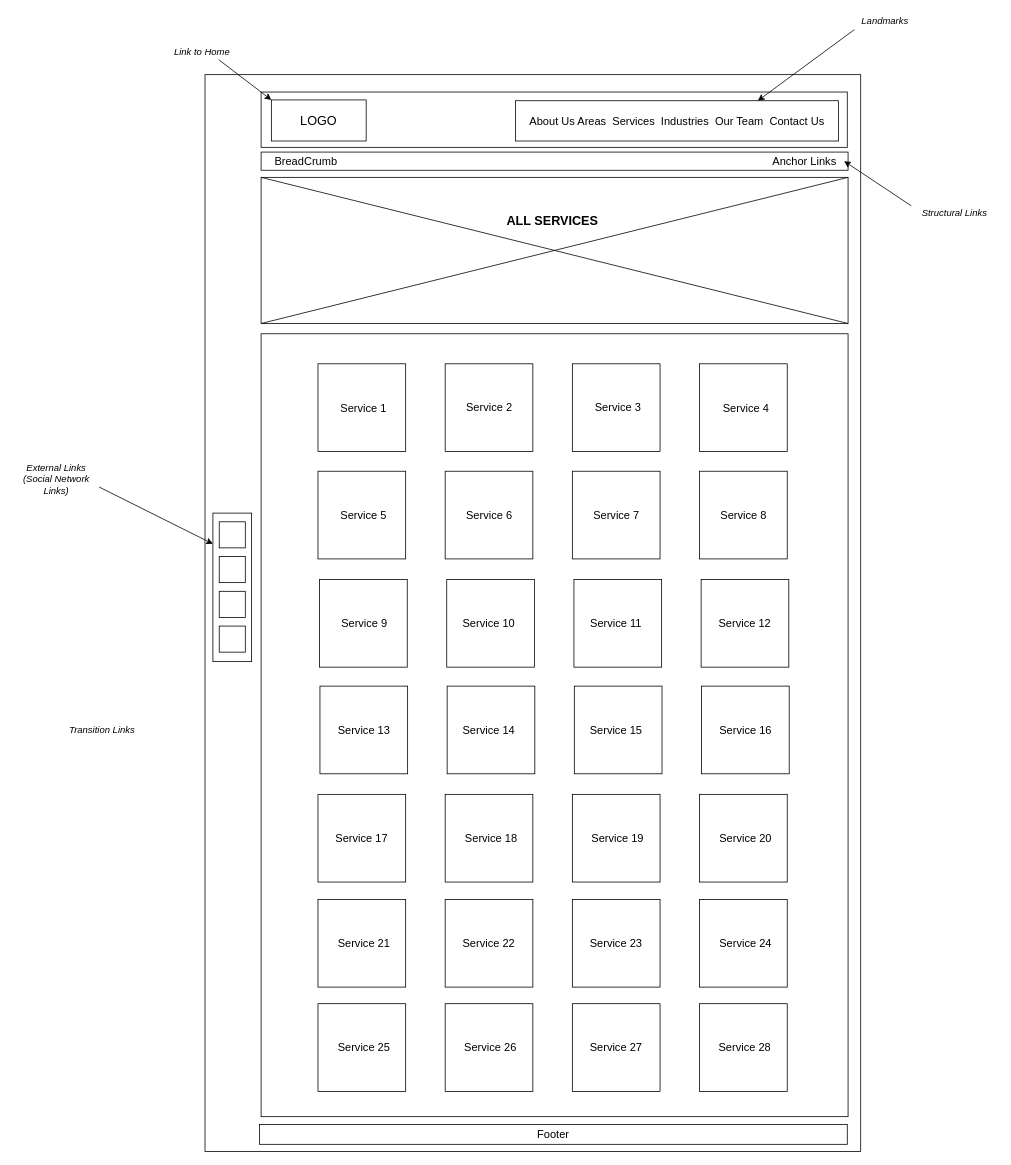
This is Design Documents/Frameworks/AllServices.drawio from manzomanze/HypermediaApplicationsProject-Manzella-Messuti-Pelagatti-Pellizzer, a draw.io file, before an edit. Source tidied: cells renumbered, new cells numbered last; positions are measured from the earlier drawing's top-left corner, leaving out a move shared by most shapes. Both pictures are drawn from the tidied source at 79%, with x=0, y=0 at pixel (13, 13).
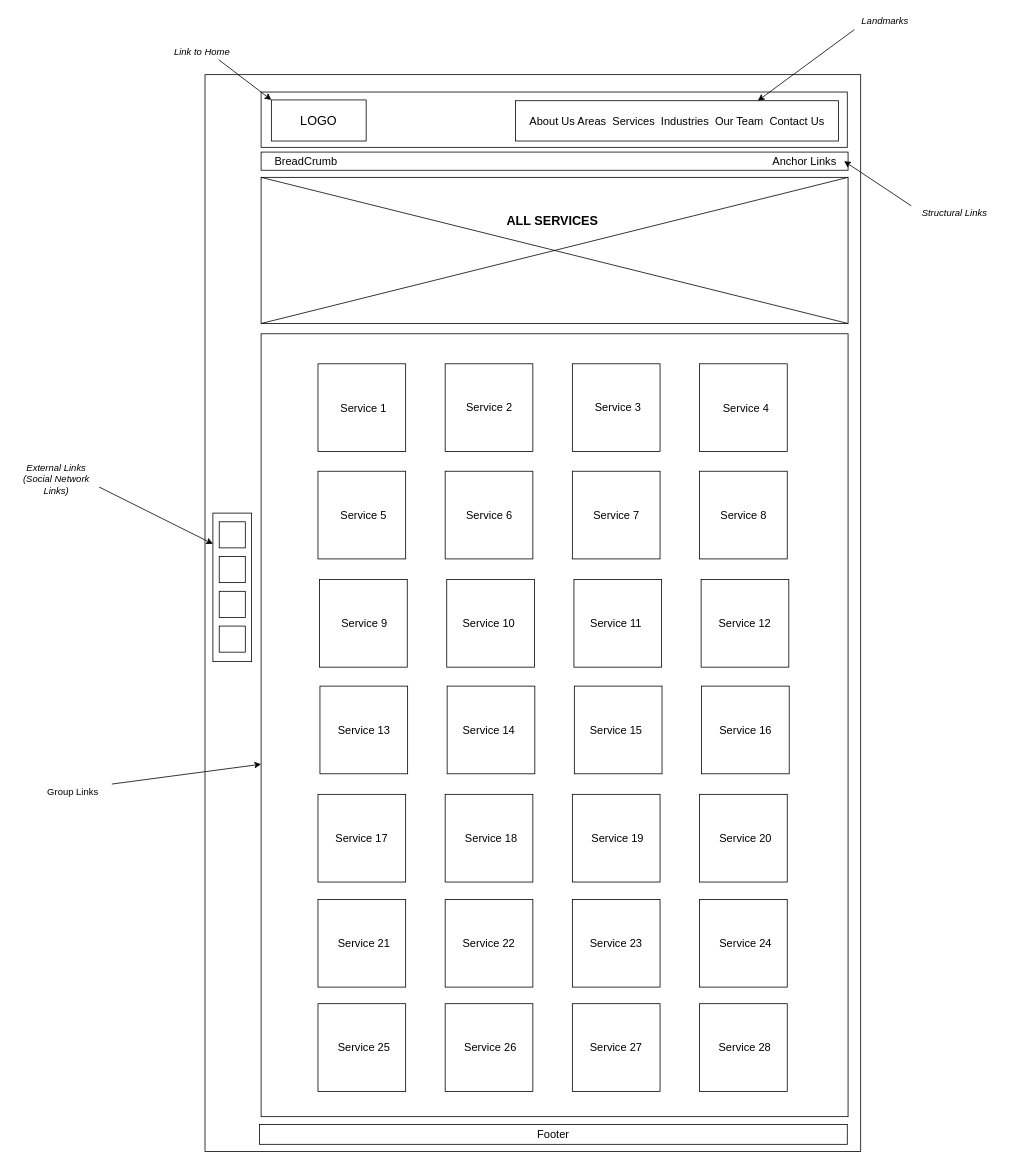
The same page after the edit.

Unchanged cells that the change refers to:
```xml
<mxCell id="56" style="rounded=0;whiteSpace=wrap;html=1;fillColor=none;" parent="1" vertex="1">
  <mxGeometry x="313" y="405" width="743" height="991" as="geometry" />
</mxCell>
```

Diff of the diagram source:
```diff
@@
-    <mxCell id="27" value="&lt;i&gt;Transition Links&lt;/i&gt;" style="text;html=1;strokeColor=none;fillColor=none;align=center;verticalAlign=middle;whiteSpace=wrap;rounded=0;" parent="1" vertex="1">
-      <mxGeometry x="63" y="896.5" width="98" height="20" as="geometry" />
+    <mxCell id="27" value="Group Links" style="text;html=1;strokeColor=none;fillColor=none;align=center;verticalAlign=middle;whiteSpace=wrap;rounded=0;" parent="1" vertex="1">
+      <mxGeometry x="26" y="975" width="98" height="20" as="geometry" />
     </mxCell>
@@
+    <mxCell id="86" style="endArrow=classic;html=1;exitX=1;exitY=0;exitDx=0;exitDy=0;" parent="1" edge="1" source="27" target="56">
+      <mxGeometry relative="1" as="geometry" />
+    </mxCell>
```
